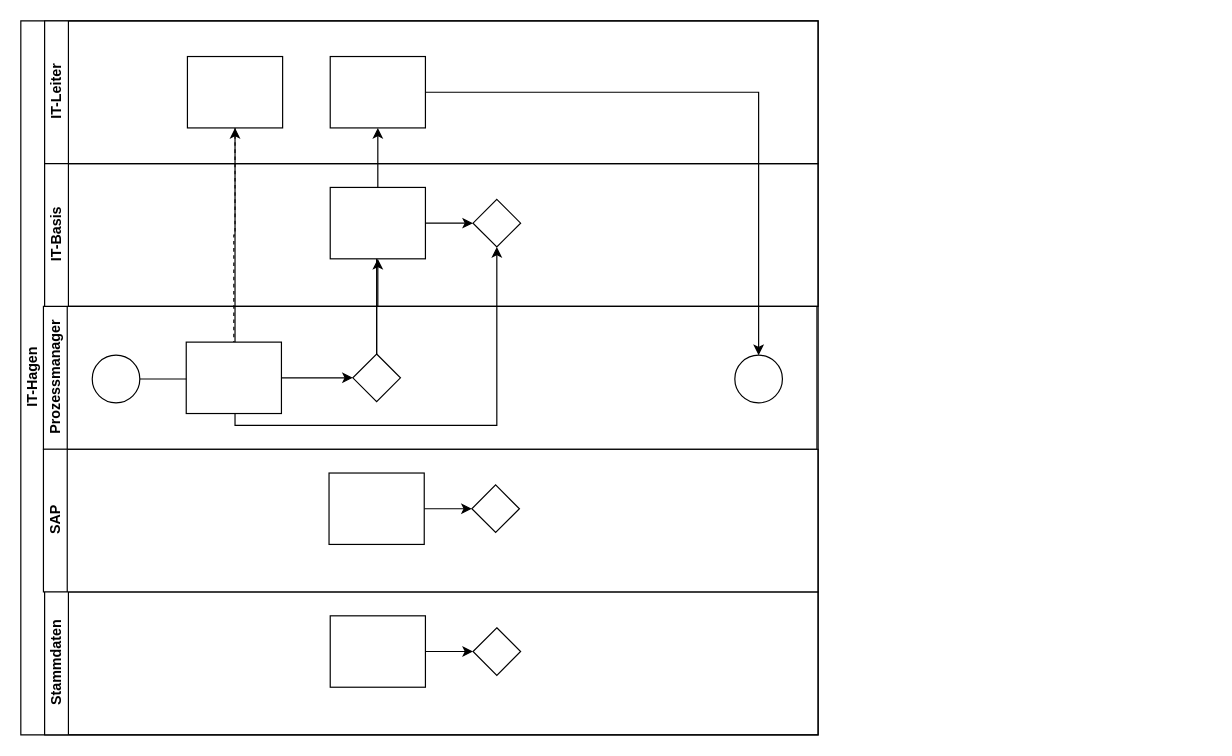
The draw.io diagram Geburtstag_MK.drawio in fsteffens/draw, before the edit. Source tidied: cells renumbered, new cells numbered last; positions are measured from the earlier drawing's top-left corner, leaving out a move shared by most shapes. Both pictures are drawn from the tidied source at 119%, with x=0, y=0 at pixel (20, 20).
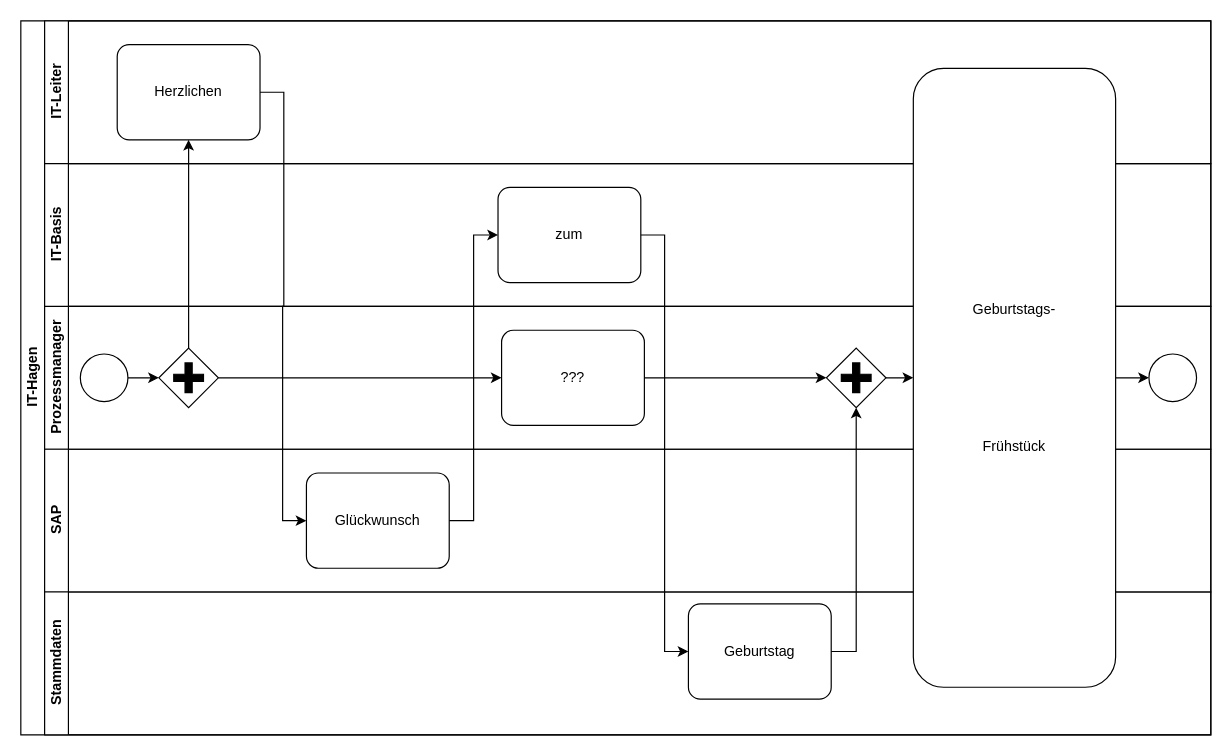
Above is the later version.

Diff of the diagram source:
```diff
@@
     <mxCell id="2" value="IT-Hagen" style="swimlane;html=1;horizontal=0;startSize=20;" parent="1" vertex="1">
-      <mxGeometry width="670" height="600" as="geometry" />
+      <mxGeometry width="1000" height="600" as="geometry" />
     </mxCell>
-    <mxCell id="3" style="edgeStyle=orthogonalEdgeStyle;rounded=0;jettySize=auto;html=1;dashed=1;endArrow=none;endFill=0;" parent="1" edge="1" source="10" target="16">
-      <mxGeometry relative="1" as="geometry" />
-    </mxCell>
-    <mxCell id="4" style="edgeStyle=orthogonalEdgeStyle;rounded=0;jettySize=auto;html=1;endArrow=classic;endFill=1;" parent="1" edge="1" source="17" target="12">
-      <mxGeometry relative="1" as="geometry" />
-    </mxCell>
-    <mxCell id="5" style="edgeStyle=orthogonalEdgeStyle;rounded=0;jettySize=auto;html=1;endArrow=classic;endFill=1;" parent="1" edge="1" source="17" target="20">
-      <mxGeometry relative="1" as="geometry" />
-    </mxCell>
-    <mxCell id="6" style="edgeStyle=orthogonalEdgeStyle;rounded=0;jettySize=auto;html=1;endArrow=classic;endFill=1;" parent="1" edge="1" source="16" target="21">
-      <mxGeometry relative="1" as="geometry">
-        <Array as="points">
-          <mxPoint x="180" y="340" />
-          <mxPoint x="400" y="340" />
-        </Array>
-      </mxGeometry>
-    </mxCell>
     <mxCell id="7" value="IT-Leiter" style="swimlane;html=1;startSize=20;horizontal=0;" parent="1" vertex="1">
-      <mxGeometry x="20" width="650" height="120" as="geometry" />
+      <mxGeometry x="20" width="980" height="120" as="geometry" />
     </mxCell>
-    <mxCell id="8" style="edgeStyle=orthogonalEdgeStyle;rounded=0;jettySize=auto;html=1;" parent="7" edge="1" source="9" target="10">
-      <mxGeometry relative="1" as="geometry" />
-    </mxCell>
     <mxCell id="9" style="ellipse;whiteSpace=wrap;html=1;" parent="7" vertex="1">
-      <mxGeometry x="40" y="281" width="40" height="40" as="geometry" />
+      <mxGeometry x="30" y="280" width="40" height="40" as="geometry" />
     </mxCell>
-    <mxCell id="10" style="rounded=0;whiteSpace=wrap;html=1;fontFamily=Helvetica;fontSize=12;fontColor=#000000;align=center;" parent="7" vertex="1">
-      <mxGeometry x="120" y="30" width="80" height="60" as="geometry" />
-    </mxCell>
-    <mxCell id="11" style="edgeStyle=orthogonalEdgeStyle;rounded=0;jettySize=auto;html=1;endArrow=classic;endFill=1;" parent="7" edge="1" source="12" target="13">
-      <mxGeometry relative="1" as="geometry" />
-    </mxCell>
-    <mxCell id="12" style="rounded=0;whiteSpace=wrap;html=1;fontFamily=Helvetica;fontSize=12;fontColor=#000000;align=center;" parent="7" vertex="1">
-      <mxGeometry x="240" y="30" width="80" height="60" as="geometry" />
-    </mxCell>
+    <mxCell id="30" value="Herzlichen" style="points=[[0.25,0,0],[0.5,0,0],[0.75,0,0],[1,0.25,0],[1,0.5,0],[1,0.75,0],[0.75,1,0],[0.5,1,0],[0.25,1,0],[0,0.75,0],[0,0.5,0],[0,0.25,0]];shape=mxgraph.bpmn.task;whiteSpace=wrap;rectStyle=rounded;size=10;html=1;taskMarker=abstract;" parent="7" vertex="1">
+      <mxGeometry x="61" y="20" width="120" height="80" as="geometry" />
+    </mxCell>
+    <mxCell id="14" value="Prozessmanager" style="swimlane;html=1;startSize=20;horizontal=0;" parent="1" vertex="1">
+      <mxGeometry x="20" y="240" width="980" height="120" as="geometry" />
+    </mxCell>
-    <mxCell id="13" style="ellipse;whiteSpace=wrap;html=1;" parent="7" vertex="1">
-      <mxGeometry x="580" y="281" width="40" height="40" as="geometry" />
+    <mxCell id="13" style="ellipse;whiteSpace=wrap;html=1;" parent="14" vertex="1">
+      <mxGeometry x="928" y="40" width="40" height="40" as="geometry" />
     </mxCell>
-    <mxCell id="14" value="Prozessmanager" style="swimlane;html=1;startSize=20;horizontal=0;" parent="1" vertex="1">
-      <mxGeometry x="19" y="240" width="650" height="120" as="geometry" />
-    </mxCell>
-    <mxCell id="15" style="edgeStyle=orthogonalEdgeStyle;rounded=0;jettySize=auto;html=1;endArrow=classic;endFill=1;" parent="14" edge="1" source="16" target="17">
-      <mxGeometry relative="1" as="geometry" />
-    </mxCell>
-    <mxCell id="16" style="rounded=0;whiteSpace=wrap;html=1;fontFamily=Helvetica;fontSize=12;fontColor=#000000;align=center;" parent="14" vertex="1">
-      <mxGeometry x="120" y="30" width="80" height="60" as="geometry" />
-    </mxCell>
-    <mxCell id="17" style="rhombus;whiteSpace=wrap;html=1;fontFamily=Helvetica;fontSize=12;fontColor=#000000;align=center;" parent="14" vertex="1">
-      <mxGeometry x="260" y="40" width="40" height="40" as="geometry" />
-    </mxCell>
+    <mxCell id="31" style="points=[[0.25,0.25,0],[0.5,0,0],[0.75,0.25,0],[1,0.5,0],[0.75,0.75,0],[0.5,1,0],[0.25,0.75,0],[0,0.5,0]];shape=mxgraph.bpmn.gateway2;html=1;verticalLabelPosition=bottom;labelBackgroundColor=#ffffff;verticalAlign=top;align=center;perimeter=rhombusPerimeter;outlineConnect=0;outline=none;symbol=none;gwType=parallel;" parent="14" vertex="1">
+      <mxGeometry x="96" y="35" width="50" height="50" as="geometry" />
+    </mxCell>
+    <mxCell id="32" style="points=[[0.25,0.25,0],[0.5,0,0],[0.75,0.25,0],[1,0.5,0],[0.75,0.75,0],[0.5,1,0],[0.25,0.75,0],[0,0.5,0]];shape=mxgraph.bpmn.gateway2;html=1;verticalLabelPosition=bottom;labelBackgroundColor=#ffffff;verticalAlign=top;align=center;perimeter=rhombusPerimeter;outlineConnect=0;outline=none;symbol=none;gwType=parallel;" parent="14" vertex="1">
+      <mxGeometry x="657" y="35" width="50" height="50" as="geometry" />
+    </mxCell>
     <mxCell id="18" value="IT-Basis" style="swimlane;html=1;startSize=20;horizontal=0;" parent="1" vertex="1">
-      <mxGeometry x="20" y="120" width="650" height="120" as="geometry" />
+      <mxGeometry x="20" y="120" width="980" height="120" as="geometry" />
     </mxCell>
-    <mxCell id="19" style="edgeStyle=orthogonalEdgeStyle;rounded=0;jettySize=auto;html=1;endArrow=classic;endFill=1;" parent="18" edge="1" source="20" target="21">
-      <mxGeometry relative="1" as="geometry" />
-    </mxCell>
-    <mxCell id="20" style="rounded=0;whiteSpace=wrap;html=1;fontFamily=Helvetica;fontSize=12;fontColor=#000000;align=center;" parent="18" vertex="1">
-      <mxGeometry x="240" y="20" width="80" height="60" as="geometry" />
-    </mxCell>
-    <mxCell id="21" style="rhombus;whiteSpace=wrap;html=1;fontFamily=Helvetica;fontSize=12;fontColor=#000000;align=center;" parent="18" vertex="1">
-      <mxGeometry x="360" y="30" width="40" height="40" as="geometry" />
-    </mxCell>
+    <mxCell id="33" value="zum" style="points=[[0.25,0,0],[0.5,0,0],[0.75,0,0],[1,0.25,0],[1,0.5,0],[1,0.75,0],[0.75,1,0],[0.5,1,0],[0.25,1,0],[0,0.75,0],[0,0.5,0],[0,0.25,0]];shape=mxgraph.bpmn.task;whiteSpace=wrap;rectStyle=rounded;size=10;html=1;taskMarker=abstract;" parent="18" vertex="1">
+      <mxGeometry x="381" y="20" width="120" height="80" as="geometry" />
+    </mxCell>
+    <mxCell id="34" value="???" style="points=[[0.25,0,0],[0.5,0,0],[0.75,0,0],[1,0.25,0],[1,0.5,0],[1,0.75,0],[0.75,1,0],[0.5,1,0],[0.25,1,0],[0,0.75,0],[0,0.5,0],[0,0.25,0]];shape=mxgraph.bpmn.task;whiteSpace=wrap;rectStyle=rounded;size=10;html=1;taskMarker=abstract;" parent="18" vertex="1">
+      <mxGeometry x="384" y="140" width="120" height="80" as="geometry" />
+    </mxCell>
     <mxCell id="22" value="SAP" style="swimlane;html=1;startSize=20;horizontal=0;" parent="1" vertex="1">
-      <mxGeometry x="19" y="360" width="651" height="120" as="geometry" />
+      <mxGeometry x="20" y="360" width="980" height="120" as="geometry" />
     </mxCell>
-    <mxCell id="23" style="edgeStyle=orthogonalEdgeStyle;rounded=0;jettySize=auto;html=1;endArrow=classic;endFill=1;" parent="22" edge="1" source="24" target="25">
-      <mxGeometry relative="1" as="geometry" />
-    </mxCell>
-    <mxCell id="24" style="rounded=0;whiteSpace=wrap;html=1;fontFamily=Helvetica;fontSize=12;fontColor=#000000;align=center;" parent="22" vertex="1">
-      <mxGeometry x="240" y="20" width="80" height="60" as="geometry" />
-    </mxCell>
-    <mxCell id="25" style="rhombus;whiteSpace=wrap;html=1;fontFamily=Helvetica;fontSize=12;fontColor=#000000;align=center;" parent="22" vertex="1">
-      <mxGeometry x="360" y="30" width="40" height="40" as="geometry" />
-    </mxCell>
+    <mxCell id="35" value="Glückwunsch" style="points=[[0.25,0,0],[0.5,0,0],[0.75,0,0],[1,0.25,0],[1,0.5,0],[1,0.75,0],[0.75,1,0],[0.5,1,0],[0.25,1,0],[0,0.75,0],[0,0.5,0],[0,0.25,0]];shape=mxgraph.bpmn.task;whiteSpace=wrap;rectStyle=rounded;size=10;html=1;taskMarker=abstract;" parent="22" vertex="1">
+      <mxGeometry x="220" y="20" width="120" height="80" as="geometry" />
+    </mxCell>
     <mxCell id="26" value="Stammdaten" style="swimlane;html=1;startSize=20;horizontal=0;" parent="1" vertex="1">
-      <mxGeometry x="20" y="480" width="650" height="120" as="geometry" />
+      <mxGeometry x="20" y="480" width="980" height="120" as="geometry" />
     </mxCell>
-    <mxCell id="27" style="edgeStyle=orthogonalEdgeStyle;rounded=0;jettySize=auto;html=1;endArrow=classic;endFill=1;" parent="26" edge="1" source="28" target="29">
-      <mxGeometry relative="1" as="geometry" />
-    </mxCell>
-    <mxCell id="28" style="rounded=0;whiteSpace=wrap;html=1;fontFamily=Helvetica;fontSize=12;fontColor=#000000;align=center;" parent="26" vertex="1">
-      <mxGeometry x="240" y="20" width="80" height="60" as="geometry" />
-    </mxCell>
-    <mxCell id="29" style="rhombus;whiteSpace=wrap;html=1;fontFamily=Helvetica;fontSize=12;fontColor=#000000;align=center;" parent="26" vertex="1">
-      <mxGeometry x="360" y="30" width="40" height="40" as="geometry" />
-    </mxCell>
+    <mxCell id="36" value="Geburtstag" style="points=[[0.25,0,0],[0.5,0,0],[0.75,0,0],[1,0.25,0],[1,0.5,0],[1,0.75,0],[0.75,1,0],[0.5,1,0],[0.25,1,0],[0,0.75,0],[0,0.5,0],[0,0.25,0]];shape=mxgraph.bpmn.task;whiteSpace=wrap;rectStyle=rounded;size=10;html=1;taskMarker=abstract;" parent="26" vertex="1">
+      <mxGeometry x="541" y="10" width="120" height="80" as="geometry" />
+    </mxCell>
+    <mxCell id="37" style="edgeStyle=orthogonalEdgeStyle;rounded=0;jettySize=auto;html=1;entryX=0;entryY=0.5;entryDx=0;entryDy=0;exitX=1;exitY=0.5;exitDx=0;exitDy=0;exitPerimeter=0;entryPerimeter=0;" parent="1" edge="1" source="33" target="36">
+      <mxGeometry relative="1" as="geometry" />
+    </mxCell>
+    <mxCell id="38" style="edgeStyle=orthogonalEdgeStyle;rounded=0;jettySize=auto;html=1;entryX=0;entryY=0.5;entryDx=0;entryDy=0;exitX=1;exitY=0.5;exitDx=0;exitDy=0;exitPerimeter=0;entryPerimeter=0;" parent="1" edge="1" source="35" target="33">
+      <mxGeometry relative="1" as="geometry" />
+    </mxCell>
+    <mxCell id="39" style="edgeStyle=orthogonalEdgeStyle;rounded=0;jettySize=auto;html=1;exitX=0.5;exitY=0;exitDx=0;exitDy=0;exitPerimeter=0;entryX=0.5;entryY=1;entryDx=0;entryDy=0;entryPerimeter=0;" parent="1" edge="1" source="31" target="30">
+      <mxGeometry relative="1" as="geometry" />
+    </mxCell>
+    <mxCell id="40" style="edgeStyle=orthogonalEdgeStyle;rounded=0;jettySize=auto;html=1;entryX=0.5;entryY=1;entryDx=0;entryDy=0;entryPerimeter=0;exitX=1;exitY=0.5;exitDx=0;exitDy=0;exitPerimeter=0;" parent="1" edge="1" source="36" target="32">
+      <mxGeometry relative="1" as="geometry" />
+    </mxCell>
+    <mxCell id="41" style="edgeStyle=orthogonalEdgeStyle;rounded=0;jettySize=auto;html=1;" parent="1" edge="1" source="42" target="13">
+      <mxGeometry relative="1" as="geometry" />
+    </mxCell>
+    <mxCell id="42" value="Geburtstags-&lt;br&gt;&lt;br&gt;&lt;br&gt;&lt;br&gt;&lt;br&gt;&lt;br&gt;&lt;br&gt;&lt;br&gt;Frühstück" style="rounded=1;whiteSpace=wrap;html=1;" parent="1" vertex="1">
+      <mxGeometry x="750" y="40" width="170" height="520" as="geometry" />
+    </mxCell>
+    <mxCell id="43" style="edgeStyle=orthogonalEdgeStyle;rounded=0;jettySize=auto;html=1;" parent="1" edge="1" source="32" target="42">
+      <mxGeometry relative="1" as="geometry" />
+    </mxCell>
+    <mxCell id="44" style="edgeStyle=orthogonalEdgeStyle;rounded=0;jettySize=auto;html=1;" parent="1" edge="1" source="9" target="31">
+      <mxGeometry relative="1" as="geometry" />
+    </mxCell>
+    <mxCell id="45" style="edgeStyle=orthogonalEdgeStyle;rounded=0;jettySize=auto;html=1;entryX=0;entryY=0.5;entryDx=0;entryDy=0;entryPerimeter=0;" parent="1" edge="1" source="31" target="34">
+      <mxGeometry relative="1" as="geometry" />
+    </mxCell>
+    <mxCell id="46" style="edgeStyle=orthogonalEdgeStyle;rounded=0;jettySize=auto;html=1;exitX=1;exitY=0.5;exitDx=0;exitDy=0;exitPerimeter=0;" parent="1" edge="1" source="34" target="32">
+      <mxGeometry relative="1" as="geometry" />
+    </mxCell>
+    <mxCell id="47" style="edgeStyle=orthogonalEdgeStyle;rounded=0;jettySize=auto;html=1;entryX=0;entryY=0.5;entryDx=0;entryDy=0;entryPerimeter=0;" parent="1" edge="1" source="30" target="35">
+      <mxGeometry relative="1" as="geometry" />
+    </mxCell>
```
